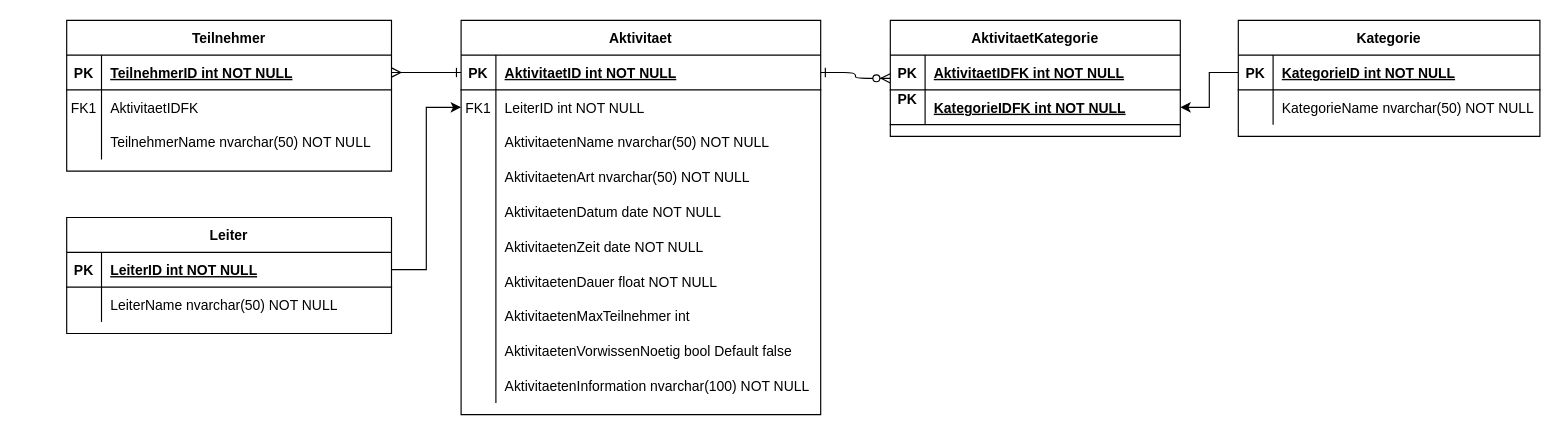
This is CVAVT/Diagrams/ER-Datenbank v1.0.drawio from mastapetz/CVAVT, a draw.io file, before an edit. Source tidied: cells renumbered, new cells numbered last; positions are measured from the earlier drawing's top-left corner, leaving out a move shared by most shapes. Both pictures are drawn from the tidied source at 116%, with x=0, y=0 at pixel (66, 20).
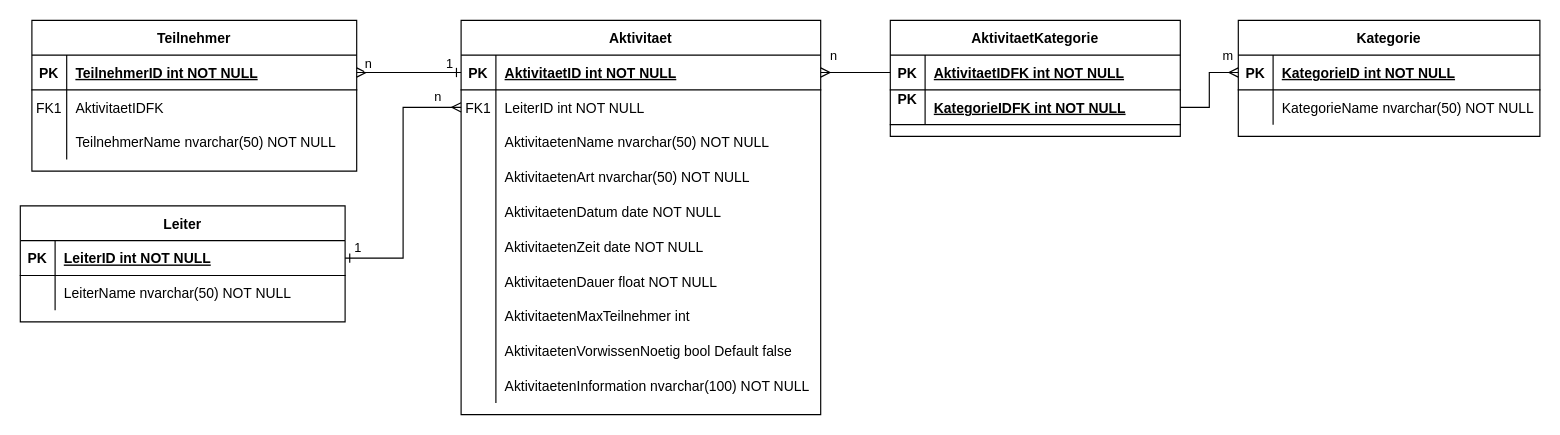
Above is the later version.

Unchanged cells that the change refers to:
```xml
<mxCell id="2" style="edgeStyle=entityRelationEdgeStyle;endArrow=ERone;startArrow=ERmany;endFill=0;startFill=0;entryX=0;entryY=0.5;entryDx=0;entryDy=0;" parent="1" edge="1" source="43" target="5">
  <mxGeometry relative="1" as="geometry" />
</mxCell>
<mxCell id="5" style="shape=partialRectangle;fillColor=none;points=[[0,0.5],[1,0.5]];portConstraint=eastwest;top=0;left=0;right=0;bottom=1;" parent="4" vertex="1">
  <mxGeometry y="30" width="310" height="30" as="geometry" />
</mxCell>
<mxCell id="8" style="shape=partialRectangle;fillColor=none;points=[[0,0.5],[1,0.5]];portConstraint=eastwest;top=0;left=0;right=0;bottom=0;" parent="4" vertex="1">
  <mxGeometry y="60" width="310" height="30" as="geometry" />
</mxCell>
<mxCell id="35" value="AktivitaetKategorie" style="shape=table;startSize=30;childLayout=tableLayout;rowLines=0;fontStyle=1;align=center;" parent="1" vertex="1">
  <mxGeometry x="710" width="250" height="100" as="geometry" />
</mxCell>
<mxCell id="36" style="shape=partialRectangle;fillColor=none;points=[[0,0.5],[1,0.5]];portConstraint=eastwest;top=0;left=0;right=0;bottom=1;" parent="35" vertex="1">
  <mxGeometry y="30" width="250" height="30" as="geometry" />
</mxCell>
<mxCell id="39" style="shape=partialRectangle;fillColor=none;points=[[0,0.5],[1,0.5]];portConstraint=eastwest;top=0;left=0;right=0;bottom=1;" parent="35" vertex="1">
  <mxGeometry y="60" width="250" height="30" as="geometry" />
</mxCell>
<mxCell id="53" style="shape=partialRectangle;fillColor=none;points=[[0,0.5],[1,0.5]];portConstraint=eastwest;top=0;left=0;right=0;bottom=1;" parent="52" vertex="1">
  <mxGeometry y="30" width="280" height="30" as="geometry" />
</mxCell>
<mxCell id="61" style="shape=partialRectangle;fillColor=none;points=[[0,0.5],[1,0.5]];portConstraint=eastwest;top=0;left=0;right=0;bottom=1;" parent="60" vertex="1">
  <mxGeometry y="30" width="260" height="30" as="geometry" />
</mxCell>
```

What changed in the source:
```diff
@@
-    <mxCell id="3" style="endArrow=ERzeroToMany;startArrow=ERone;endFill=1;startFill=0;entryX=0;entryY=0.5;entryDx=0;entryDy=0;edgeStyle=orthogonalEdgeStyle;" parent="1" edge="1" source="5" target="35">
-      <mxGeometry relative="1" as="geometry" />
-    </mxCell>
+    <mxCell id="68" value="1" style="edgeLabel;html=1;align=center;verticalAlign=middle;" parent="2" vertex="1">
+      <mxGeometry x="-0.36" y="-1" relative="1" as="geometry">
+        <mxPoint x="-29" y="149" as="offset" />
+      </mxGeometry>
+    </mxCell>
@@
     <mxCell id="42" value="Teilnehmer" style="shape=table;startSize=30;childLayout=tableLayout;rowLines=0;fontStyle=1;align=center;" parent="1" vertex="1">
-      <mxGeometry width="280" height="130" as="geometry" />
+      <mxGeometry x="-30" width="280" height="130" as="geometry" />
     </mxCell>
@@
     <mxCell id="52" value="Leiter" style="shape=table;startSize=30;childLayout=tableLayout;rowLines=0;fontStyle=1;align=center;" parent="1" vertex="1">
-      <mxGeometry y="170" width="280" height="100" as="geometry" />
+      <mxGeometry x="-40" y="160" width="280" height="100" as="geometry" />
     </mxCell>
@@
-    <mxCell id="59" style="edgeStyle=orthogonalEdgeStyle;rounded=0;jettySize=auto;html=1;exitX=1;exitY=0.5;exitDx=0;exitDy=0;entryX=0;entryY=0.5;entryDx=0;entryDy=0;" parent="1" edge="1" source="53" target="8">
+    <mxCell id="59" style="edgeStyle=orthogonalEdgeStyle;rounded=0;jettySize=auto;html=1;exitX=1;exitY=0.5;exitDx=0;exitDy=0;entryX=0;entryY=0.5;entryDx=0;entryDy=0;endArrow=ERmany;endFill=0;startArrow=ERone;startFill=0;" parent="1" edge="1" source="53" target="8">
       <mxGeometry relative="1" as="geometry" />
     </mxCell>
+    <mxCell id="69" value="n" style="edgeLabel;html=1;align=center;verticalAlign=middle;" parent="59" vertex="1">
+      <mxGeometry x="0.82" relative="1" as="geometry">
+        <mxPoint y="-10" as="offset" />
+      </mxGeometry>
+    </mxCell>
@@
-    <mxCell id="67" style="edgeStyle=orthogonalEdgeStyle;rounded=0;jettySize=auto;html=1;exitX=0;exitY=0.5;exitDx=0;exitDy=0;entryX=1;entryY=0.5;entryDx=0;entryDy=0;" parent="1" edge="1" source="61" target="39">
+    <mxCell id="67" style="edgeStyle=orthogonalEdgeStyle;rounded=0;jettySize=auto;html=1;exitX=0;exitY=0.5;exitDx=0;exitDy=0;entryX=1;entryY=0.5;entryDx=0;entryDy=0;startArrow=ERmany;startFill=0;endArrow=none;endFill=0;" parent="1" edge="1" source="61" target="39">
       <mxGeometry relative="1" as="geometry" />
     </mxCell>
+    <mxCell id="70" value="m" style="edgeLabel;html=1;align=center;verticalAlign=middle;" parent="67" vertex="1">
+      <mxGeometry x="-0.49" y="1" relative="1" as="geometry">
+        <mxPoint x="10" y="-16" as="offset" />
+      </mxGeometry>
+    </mxCell>
+    <mxCell id="71" value="n" style="edgeLabel;html=1;align=center;verticalAlign=middle;" parent="1" vertex="1">
+      <mxGeometry x="260" y="40" as="geometry">
+        <mxPoint x="-1" y="-3" as="offset" />
+      </mxGeometry>
+    </mxCell>
+    <mxCell id="72" value="1" style="edgeLabel;html=1;align=center;verticalAlign=middle;" parent="1" vertex="1">
+      <mxGeometry x="330" y="40" as="geometry">
+        <mxPoint x="-1" y="-3" as="offset" />
+      </mxGeometry>
+    </mxCell>
+    <mxCell id="73" style="edgeStyle=orthogonalEdgeStyle;rounded=0;jettySize=auto;html=1;exitX=0;exitY=0.5;exitDx=0;exitDy=0;entryX=1;entryY=0.5;entryDx=0;entryDy=0;endArrow=ERmany;endFill=0;" parent="1" edge="1" source="36" target="5">
+      <mxGeometry relative="1" as="geometry" />
+    </mxCell>
+    <mxCell id="74" value="n" style="edgeLabel;html=1;align=center;verticalAlign=middle;" parent="73" vertex="1">
+      <mxGeometry x="0.05" y="-1" relative="1" as="geometry">
+        <mxPoint x="-18" y="-14" as="offset" />
+      </mxGeometry>
+    </mxCell>
```
